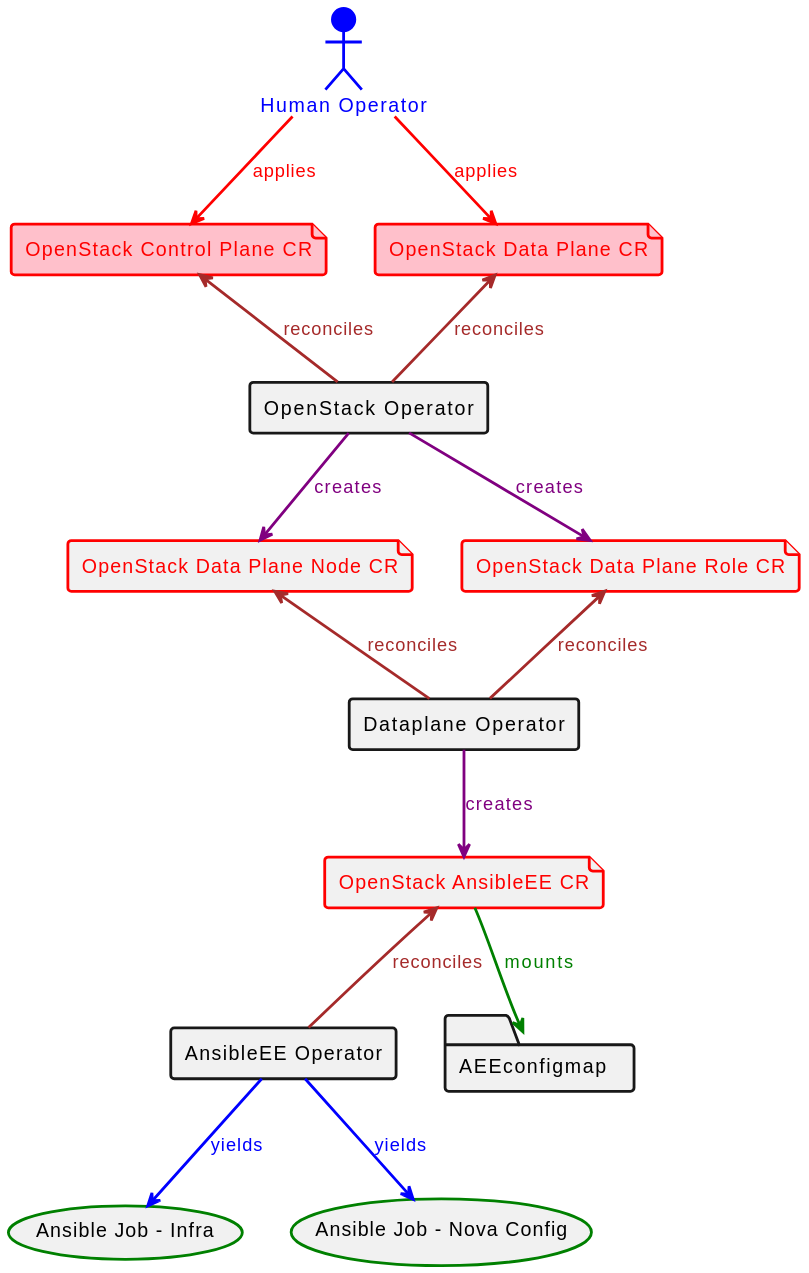
The PlantUML diagram docs/diagrams/out/edpm.svg in openstack-k8s-operators/dataplane-operator, before a commit.
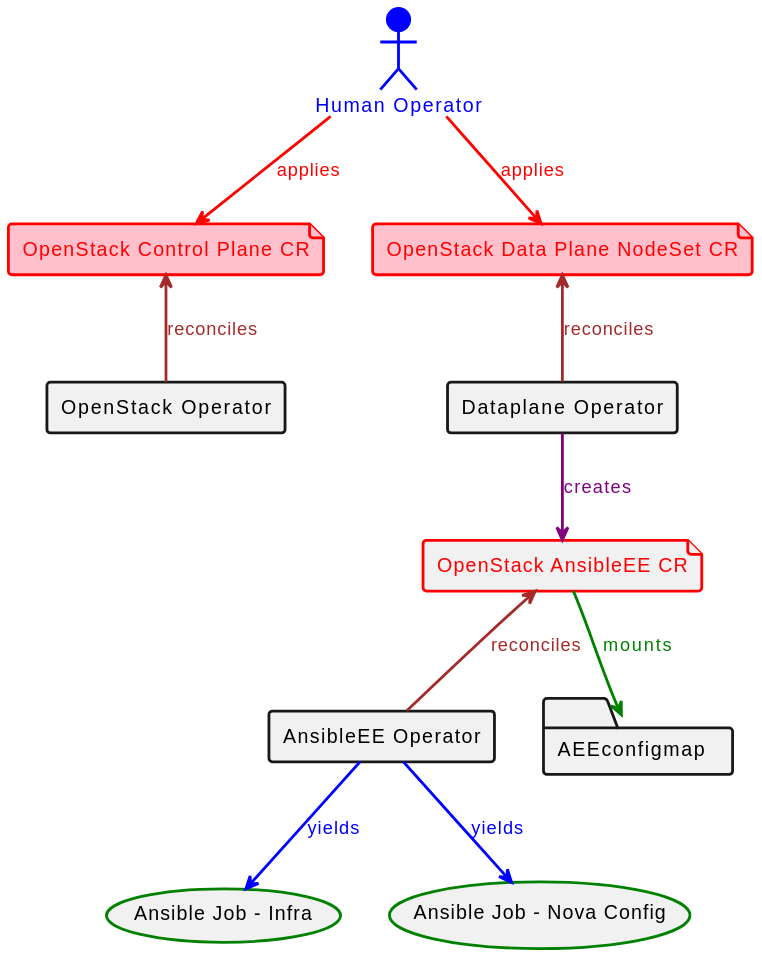
Above is the later version.

Change to the diagram source:
```diff
@@ -2,9 +2,7 @@
 actor "Human Operator" as user #blue;line:blue;line.bold;text:blue
 
 file "OpenStack Control Plane CR" as OCPCR #pink;line:red;line.bold;text:red
-file "OpenStack Data Plane CR" as ODPCR #pink;line:red;line.bold;text:red
-file "OpenStack Data Plane Node CR" as ODPNCR #line:red;line.bold;text:red
-file "OpenStack Data Plane Role CR" as ODPRCR #line:red;line.bold;text:red
+file "OpenStack Data Plane NodeSet CR" as ODPCR #pink;line:red;line.bold;text:red
 file "OpenStack AnsibleEE CR" as AEECR #line:red;line.bold;text:red
 
 rectangle "OpenStack Operator" as OSOp #line.bold
@@ -19,11 +17,7 @@
 user --> OCPCR #line:red;line.bold;text:red  : applies
 user --> ODPCR #line:red;line.bold;text:red  : applies
 OCPCR <-- OSOp #line:brown;line.bold;text:brown : reconciles
-ODPCR <-- OSOp #line:brown;line.bold;text:brown : reconciles
-OSOp --> ODPNCR #line:purple;line.bold;text:purple  : creates
-OSOp --> ODPRCR #line:purple;line.bold;text:purple  : creates
-ODPNCR <-- DOp #line:brown;line.bold;text:brown : reconciles
-ODPRCR <-- DOp #line:brown;line.bold;text:brown : reconciles
+ODPCR <-- DOp #line:brown;line.bold;text:brown : reconciles
 DOp --> AEECR #line:purple;line.bold;text:purple  : creates
 AEECR <-- AEEOp #line:brown;line.bold;text:brown : reconciles
 AEEOp --> AJI #line:blue;line.bold;text:blue : yields
```
